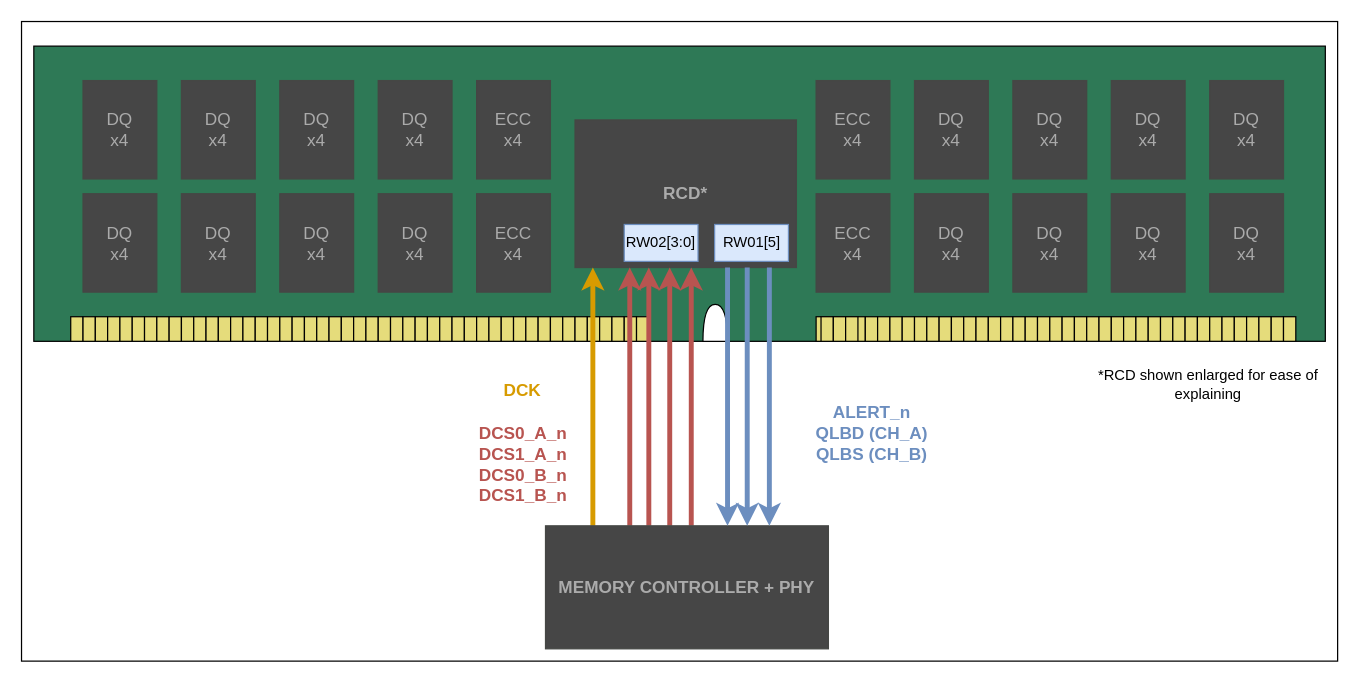
The draw.io diagram docs/images/commandbustraining/dcstraining.drawio in shingaridavesh/memoryandarchitecture, before the edit. Source tidied: cells renumbered, new cells numbered last; positions are measured from the earlier drawing's top-left corner, leaving out a move shared by most shapes. Both pictures are drawn from the tidied source at 123%, with x=0, y=0 at pixel (21, 21).
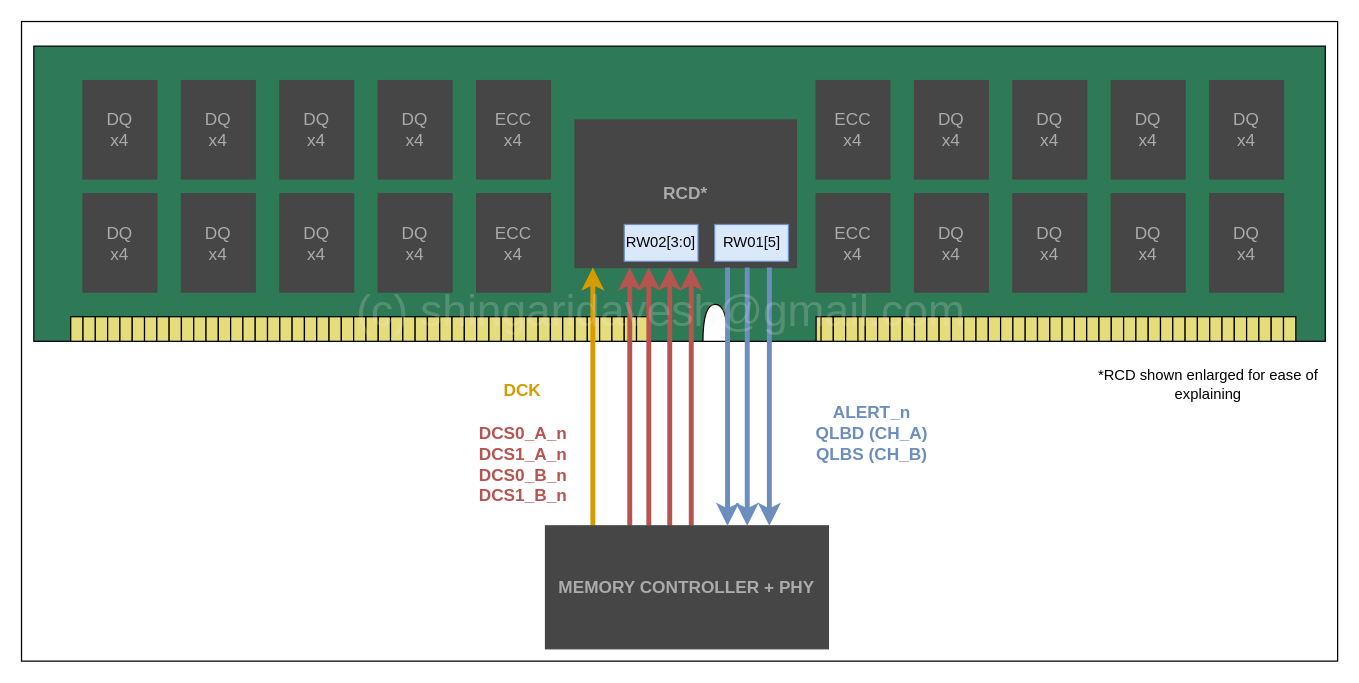
Above is the later version.

What changed in the source:
```diff
@@
+    <mxCell id="130" value="(c) shingaridavesh@gmail.com" style="text;html=1;align=center;verticalAlign=middle;whiteSpace=wrap;rounded=0;fontSize=36;fontColor=#f2eeee;rotation=0;opacity=30;textOpacity=20;" parent="1" vertex="1">
+      <mxGeometry x="85" y="220" width="870" height="30" as="geometry" />
+    </mxCell>
```
